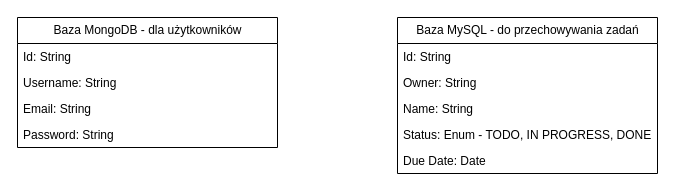
Earlier version of the draw.io diagram page "DIagram bazy danych" (2 of 3) of Diagram bez tytułu.drawio (Yibux/konteneryzacja). Source tidied: cells renumbered, new cells numbered last; positions are measured from the earlier drawing's top-left corner, leaving out a move shared by most shapes. Both pictures are drawn from the tidied source at 100%, with x=0, y=0 at pixel (17, 17).
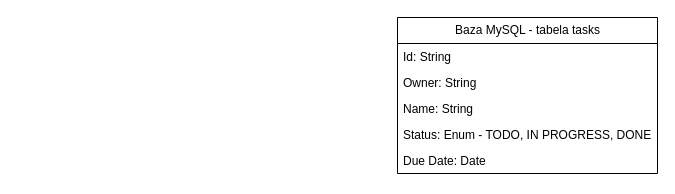
The same page after the edit.

Diff of the diagram source:
```diff
@@
 <mxGraphModel>
   <root>
     <mxCell id="0" />
     <mxCell id="1" parent="0" />
-    <mxCell id="2" value="Baza MongoDB - dla użytkowników" style="swimlane;fontStyle=0;horizontal=1;startSize=26;fillColor=none;html=1;" parent="1" vertex="1">
-      <mxGeometry width="260" height="130" as="geometry" />
-    </mxCell>
-    <mxCell id="3" value="Id: String" style="text;strokeColor=none;fillColor=none;align=left;verticalAlign=top;spacingLeft=4;spacingRight=4;overflow=hidden;whiteSpace=wrap;html=1;" parent="2" vertex="1">
-      <mxGeometry y="26" width="260" height="26" as="geometry" />
-    </mxCell>
-    <mxCell id="4" value="Username: String" style="text;strokeColor=none;fillColor=none;align=left;verticalAlign=top;spacingLeft=4;spacingRight=4;overflow=hidden;whiteSpace=wrap;html=1;" parent="2" vertex="1">
-      <mxGeometry y="52" width="260" height="26" as="geometry" />
-    </mxCell>
-    <mxCell id="5" value="Email: String" style="text;strokeColor=none;fillColor=none;align=left;verticalAlign=top;spacingLeft=4;spacingRight=4;overflow=hidden;whiteSpace=wrap;html=1;" parent="2" vertex="1">
-      <mxGeometry y="78" width="260" height="26" as="geometry" />
-    </mxCell>
-    <mxCell id="6" value="Password: String" style="text;strokeColor=none;fillColor=none;align=left;verticalAlign=top;spacingLeft=4;spacingRight=4;overflow=hidden;whiteSpace=wrap;html=1;" parent="2" vertex="1">
-      <mxGeometry y="104" width="260" height="26" as="geometry" />
-    </mxCell>
-    <mxCell id="7" value="Baza MySQL - do przechowywania zadań" style="swimlane;fontStyle=0;horizontal=1;startSize=26;fillColor=none;html=1;" parent="1" vertex="1">
+    <mxCell id="7" value="Baza MySQL - tabela tasks" style="swimlane;fontStyle=0;horizontal=1;startSize=26;fillColor=none;html=1;" parent="1" vertex="1">
       <mxGeometry x="380" width="260" height="156" as="geometry" />
     </mxCell>
     <mxCell id="8" value="Id: String" style="text;strokeColor=none;fillColor=none;align=left;verticalAlign=top;spacingLeft=4;spacingRight=4;overflow=hidden;whiteSpace=wrap;html=1;" parent="7" vertex="1">
       <mxGeometry y="26" width="260" height="26" as="geometry" />
     </mxCell>
     <mxCell id="9" value="Owner: String" style="text;strokeColor=none;fillColor=none;align=left;verticalAlign=top;spacingLeft=4;spacingRight=4;overflow=hidden;whiteSpace=wrap;html=1;" parent="7" vertex="1">
       <mxGeometry y="52" width="260" height="26" as="geometry" />
     </mxCell>
     <mxCell id="10" value="Name: String" style="text;strokeColor=none;fillColor=none;align=left;verticalAlign=top;spacingLeft=4;spacingRight=4;overflow=hidden;whiteSpace=wrap;html=1;" parent="7" vertex="1">
       <mxGeometry y="78" width="260" height="26" as="geometry" />
     </mxCell>
     <mxCell id="11" value="Status: Enum - TODO, IN PROGRESS, DONE" style="text;strokeColor=none;fillColor=none;align=left;verticalAlign=top;spacingLeft=4;spacingRight=4;overflow=hidden;whiteSpace=wrap;html=1;" parent="7" vertex="1">
       <mxGeometry y="104" width="260" height="26" as="geometry" />
     </mxCell>
     <mxCell id="12" value="Due Date: Date" style="text;strokeColor=none;fillColor=none;align=left;verticalAlign=top;spacingLeft=4;spacingRight=4;overflow=hidden;whiteSpace=wrap;html=1;" parent="7" vertex="1">
       <mxGeometry y="130" width="260" height="26" as="geometry" />
     </mxCell>
   </root>
 </mxGraphModel>
```
